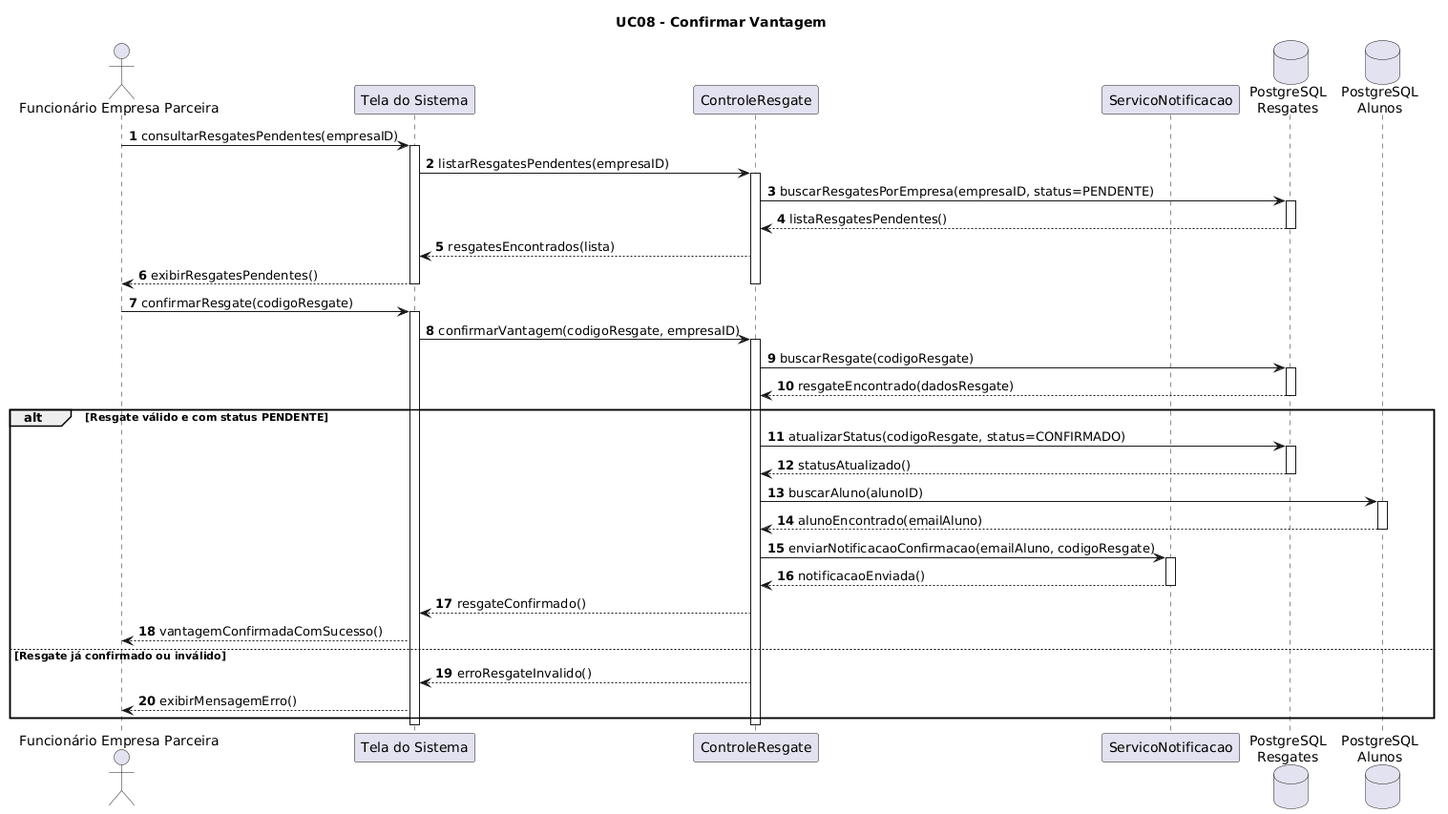
Above: docs/diagrams/sequence-diagram/images/uc-08.png in arturbomtempo-dev/lumen-coin (PlantUML), before the change.
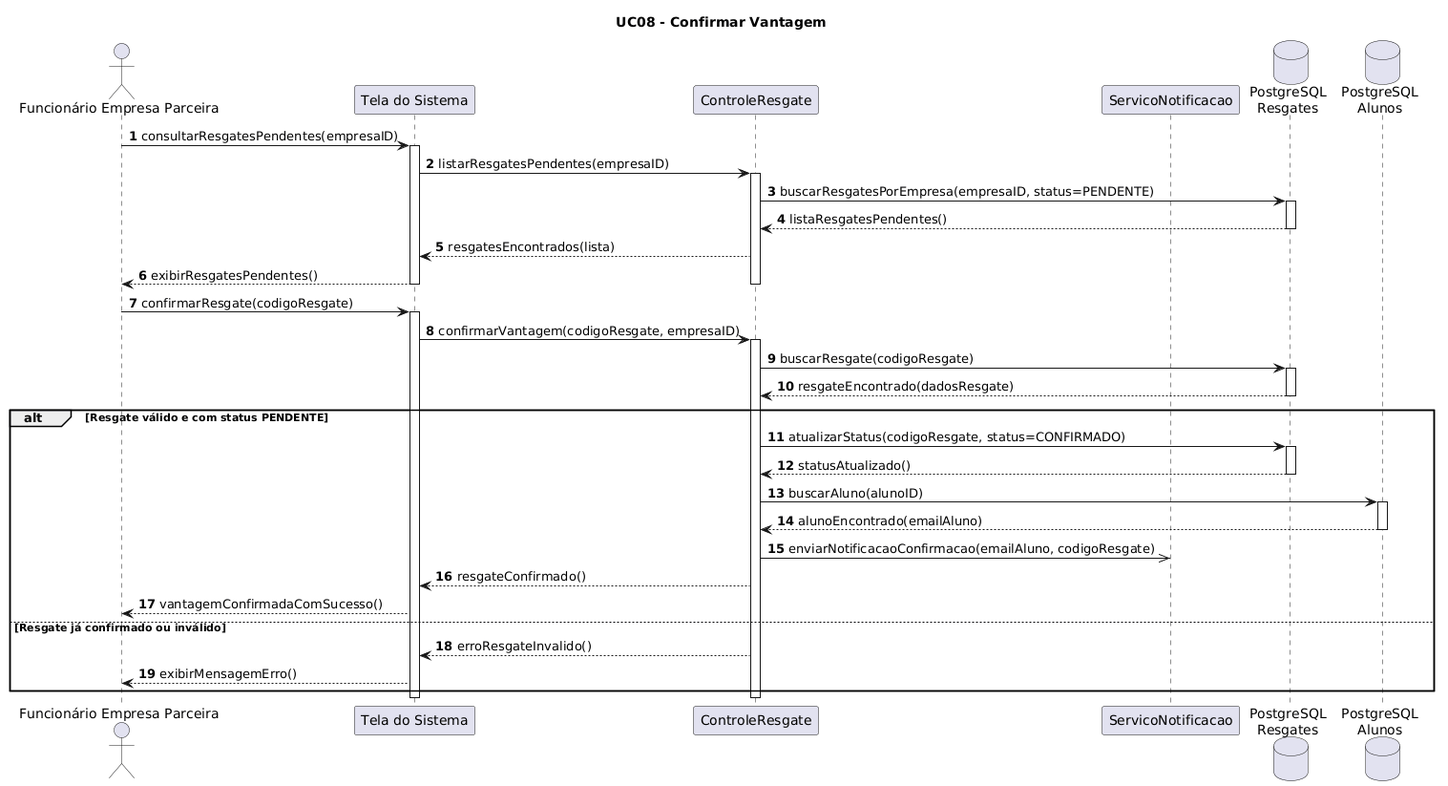
The same file after the commit.

The edit, as a diff of the source:
```diff
@@ -49,10 +49,7 @@
     DBAluno --> CR : alunoEncontrado(emailAluno)
     deactivate DBAluno
 
-    CR -> SN : enviarNotificacaoConfirmacao(emailAluno, codigoResgate)
-    activate SN
-    SN --> CR : notificacaoEnviada()
-    deactivate SN
+    CR ->> SN : enviarNotificacaoConfirmacao(emailAluno, codigoResgate)
 
     CR --> Tela : resgateConfirmado()
     Tela --> FEP : vantagemConfirmadaComSucesso()
```
